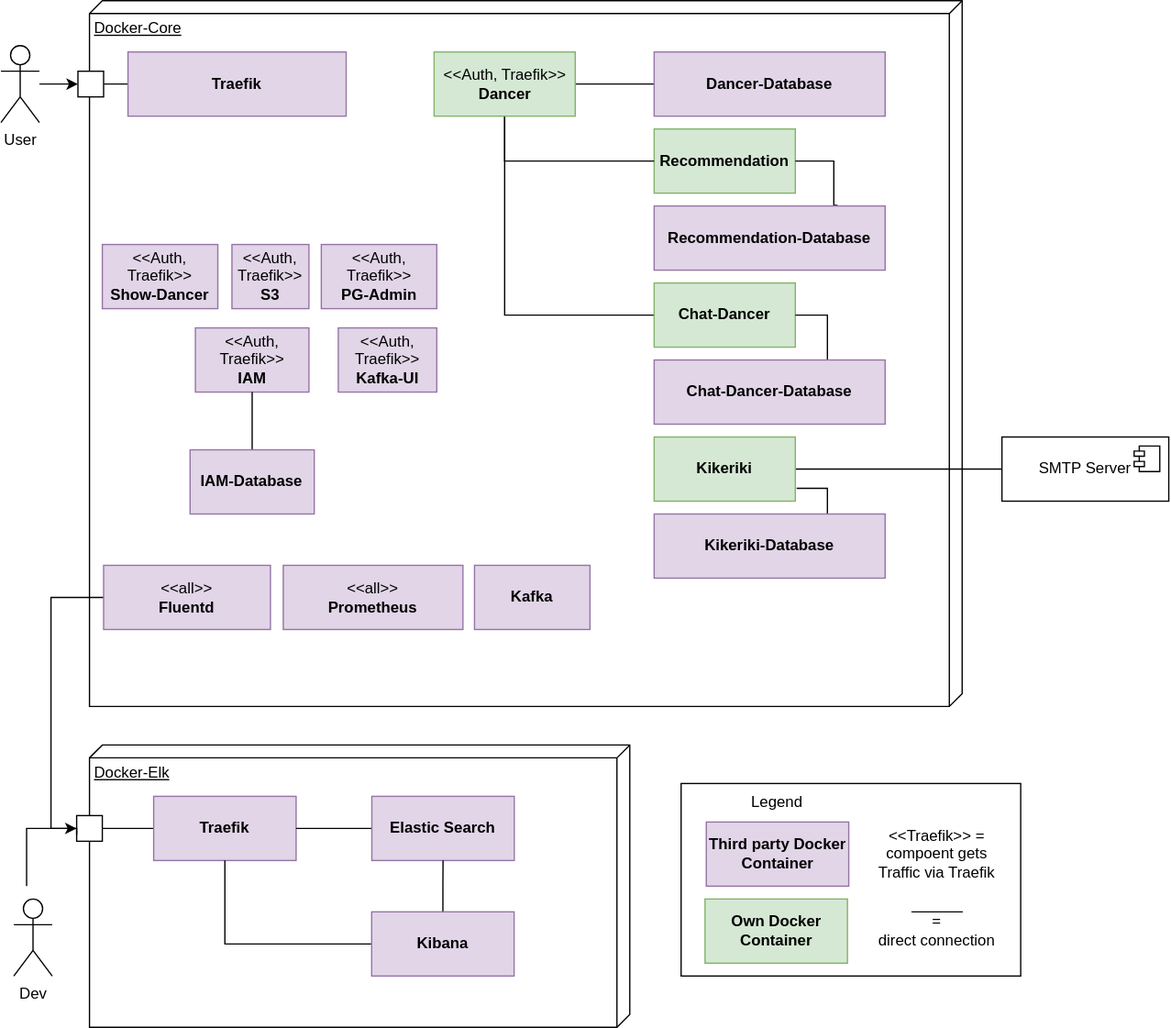
The draw.io diagram src/main/jbake/content/documentation/arc42/images/deployment.drawio.svg in dancier/documentation, before a commit. Source tidied: cells renumbered, new cells last; positions are measured from the earlier drawing's top-left corner, leaving out a move shared by most shapes.
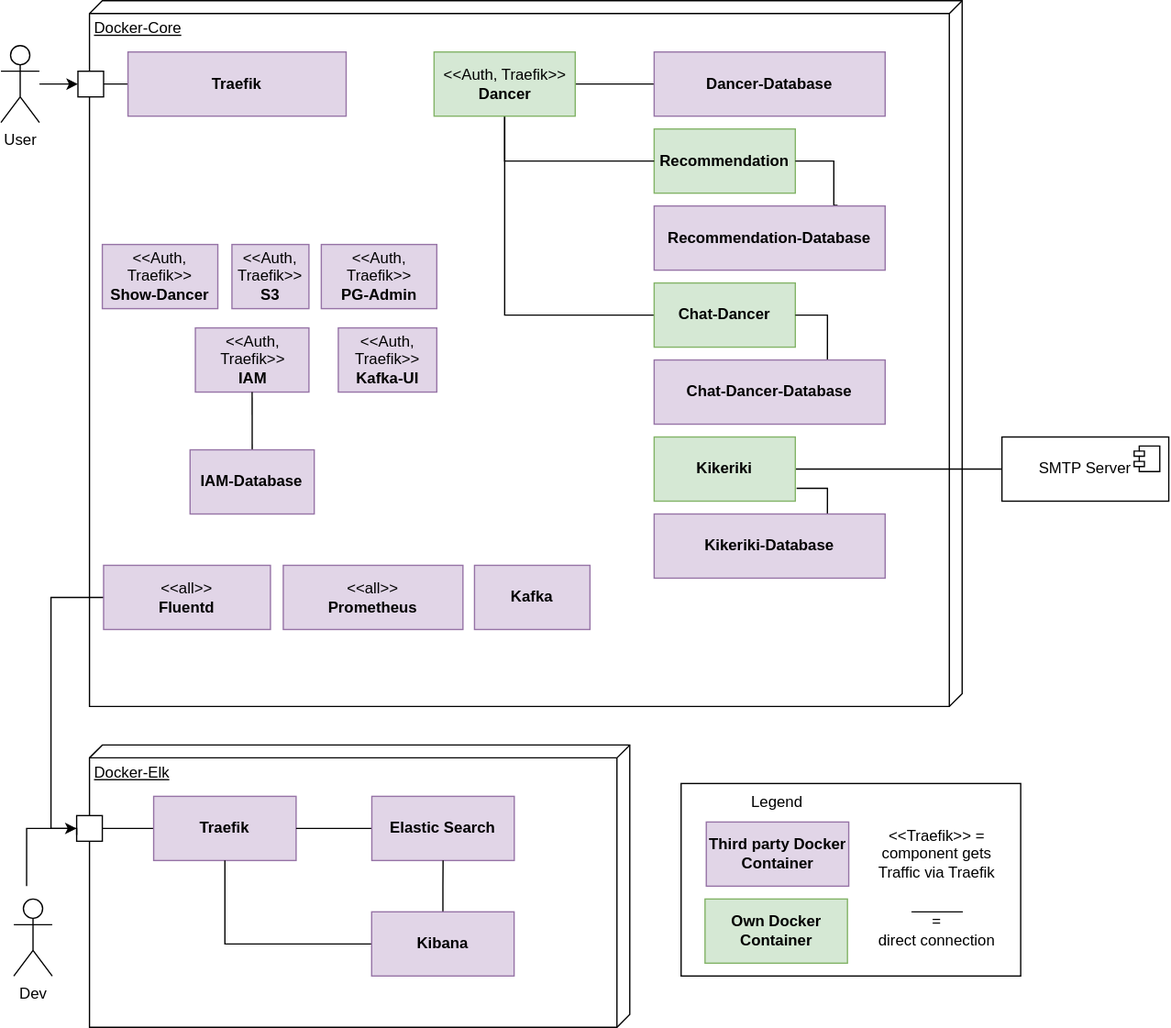
After the commit.

Diff of the diagram source:
```diff
@@ -175,7 +175,7 @@
     <mxCell id="51" value="Legend" style="text;html=1;strokeColor=none;fillColor=none;align=center;verticalAlign=middle;whiteSpace=wrap;rounded=0;" parent="47" vertex="1">
       <mxGeometry x="45.1" width="60" height="30" as="geometry" />
     </mxCell>
-    <mxCell id="52" value="&amp;lt;&amp;lt;Traefik&amp;gt;&amp;gt; = compoent gets Traffic via Traefik" style="text;html=1;strokeColor=none;fillColor=none;align=center;verticalAlign=middle;whiteSpace=wrap;rounded=0;" parent="47" vertex="1">
+    <mxCell id="52" value="&amp;lt;&amp;lt;Traefik&amp;gt;&amp;gt; = component gets Traffic via Traefik" style="text;html=1;strokeColor=none;fillColor=none;align=center;verticalAlign=middle;whiteSpace=wrap;rounded=0;" parent="47" vertex="1">
       <mxGeometry x="149" y="40" width="101" height="30" as="geometry" />
     </mxCell>
     <mxCell id="53" style="endArrow=none;html=1;rounded=0;" parent="47" edge="1">
```
